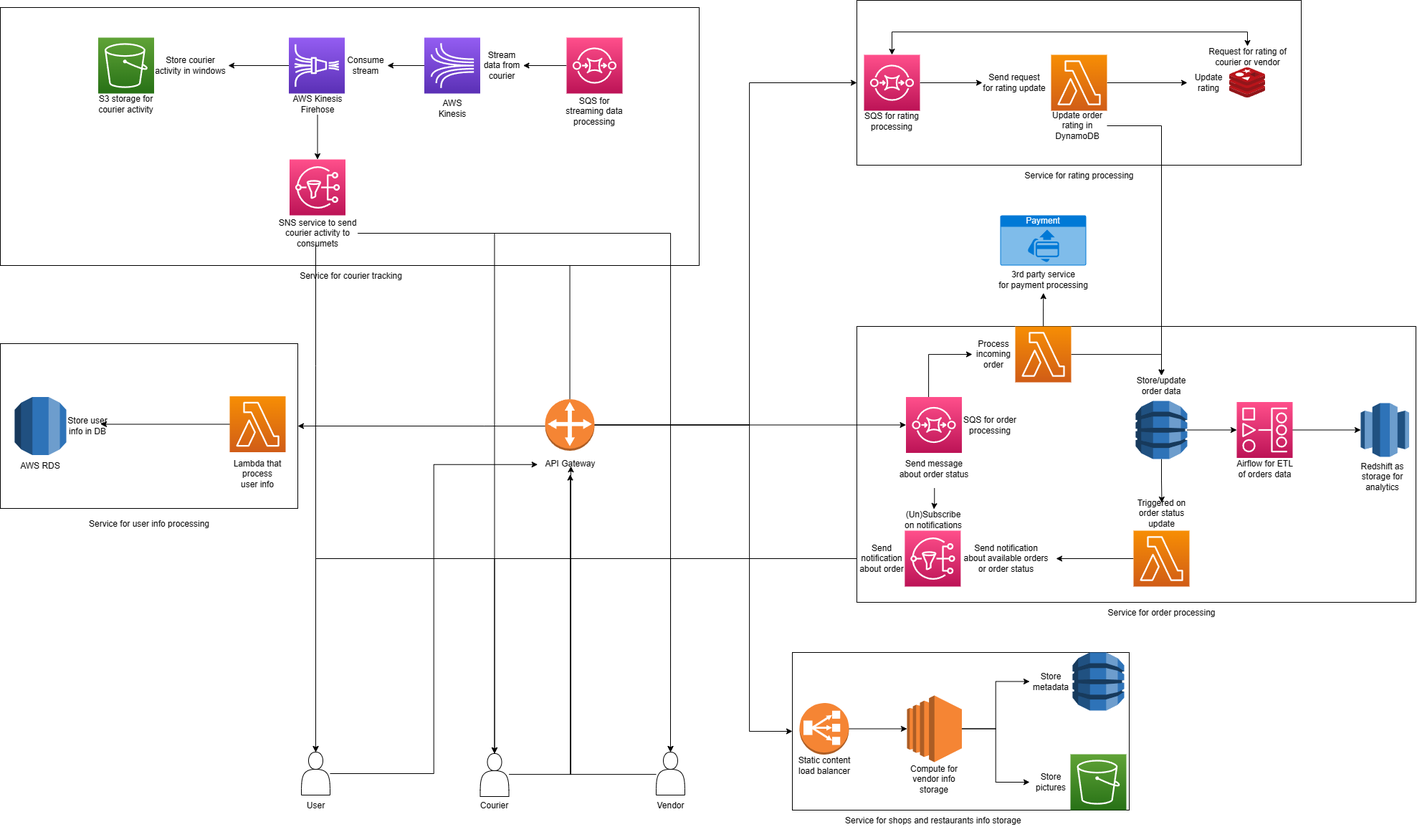
Before: task4/Glovo.drawio.png, a diagram exported from draw.io (alexzarembovskiy/arch). Source tidied: cells renumbered, new cells last; positions are measured from the earlier drawing's top-left corner, leaving out a move shared by most shapes.
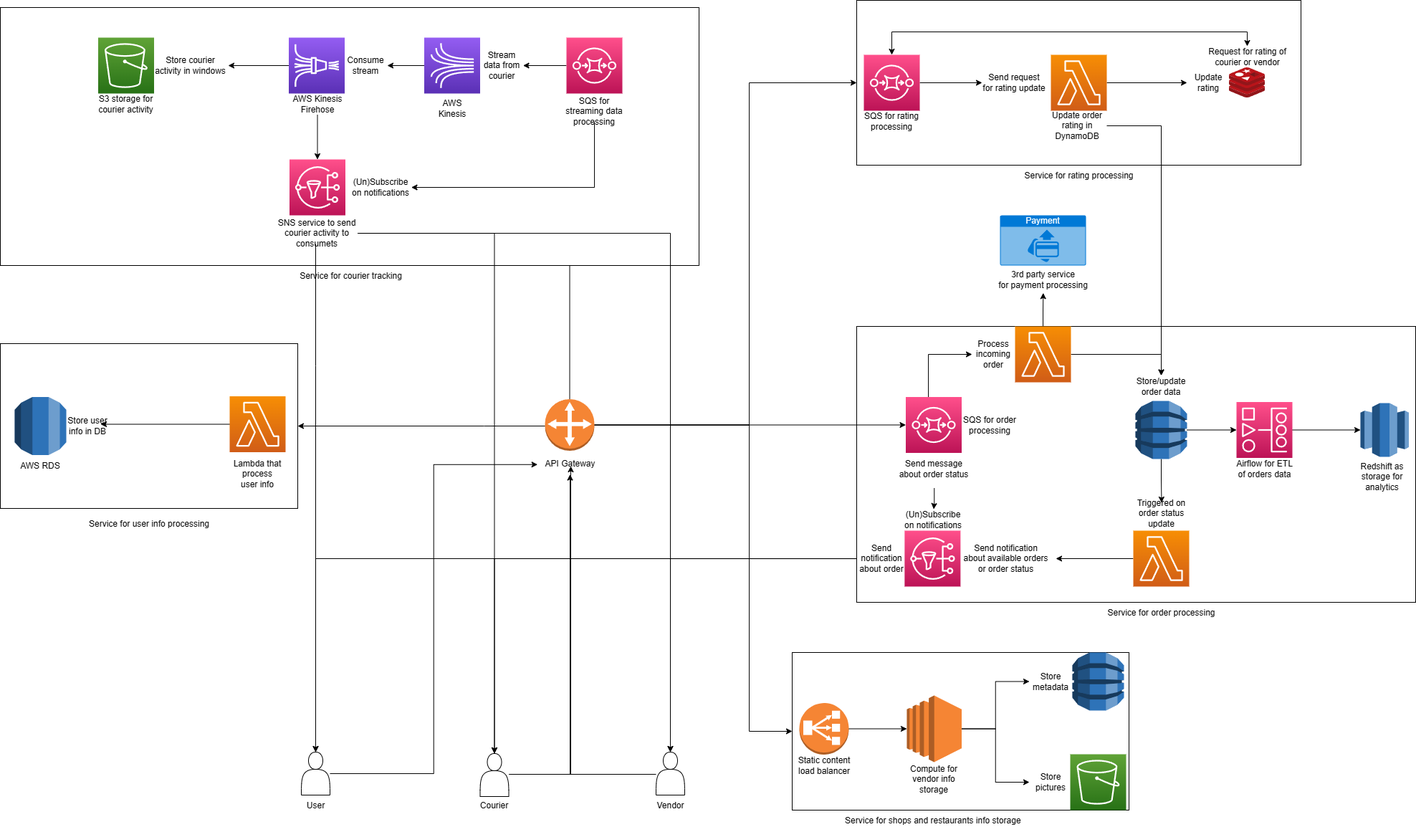
The same file after the commit.

Change to the diagram source:
```diff
@@ -284,6 +284,13 @@
     <mxCell id="84" style="sketch=0;points=[[0,0,0],[0.25,0,0],[0.5,0,0],[0.75,0,0],[1,0,0],[0,1,0],[0.25,1,0],[0.5,1,0],[0.75,1,0],[1,1,0],[0,0.25,0],[0,0.5,0],[0,0.75,0],[1,0.25,0],[1,0.5,0],[1,0.75,0]];outlineConnect=0;fontColor=#232F3E;gradientColor=#FF4F8B;gradientDirection=north;fillColor=#BC1356;strokeColor=#ffffff;dashed=0;verticalLabelPosition=bottom;verticalAlign=top;align=center;html=1;fontSize=12;fontStyle=0;shape=mxgraph.aws4.resourceIcon;resIcon=mxgraph.aws4.sqs;" parent="1" vertex="1">
       <mxGeometry x="790" y="52" width="78" height="78" as="geometry" />
     </mxCell>
+    <mxCell id="107" style="edgeStyle=orthogonalEdgeStyle;rounded=0;jettySize=auto;html=1;entryX=1;entryY=0.5;entryDx=0;entryDy=0;" parent="1" edge="1" source="85" target="108">
+      <mxGeometry relative="1" as="geometry">
+        <Array as="points">
+          <mxPoint x="829" y="261" />
+        </Array>
+      </mxGeometry>
+    </mxCell>
     <mxCell id="85" value="SQS for streaming data processing" style="text;html=1;strokeColor=none;fillColor=none;align=center;verticalAlign=middle;whiteSpace=wrap;rounded=0;" parent="1" vertex="1">
       <mxGeometry x="784" y="140" width="90" height="30" as="geometry" />
     </mxCell>
@@ -355,5 +362,8 @@
     <mxCell id="106" value="Static content&lt;br&gt;load balancer" style="text;html=1;strokeColor=none;fillColor=none;align=center;verticalAlign=middle;whiteSpace=wrap;rounded=0;" parent="1" vertex="1">
       <mxGeometry x="1108.5" y="1052.5" width="82" height="30" as="geometry" />
     </mxCell>
+    <mxCell id="108" value="(Un)Subscribe on notifications" style="text;html=1;strokeColor=none;fillColor=none;align=center;verticalAlign=middle;whiteSpace=wrap;rounded=0;" parent="1" vertex="1">
+      <mxGeometry x="489.3" y="246" width="84.2" height="30" as="geometry" />
+    </mxCell>
   </root>
 </mxGraphModel>
```
